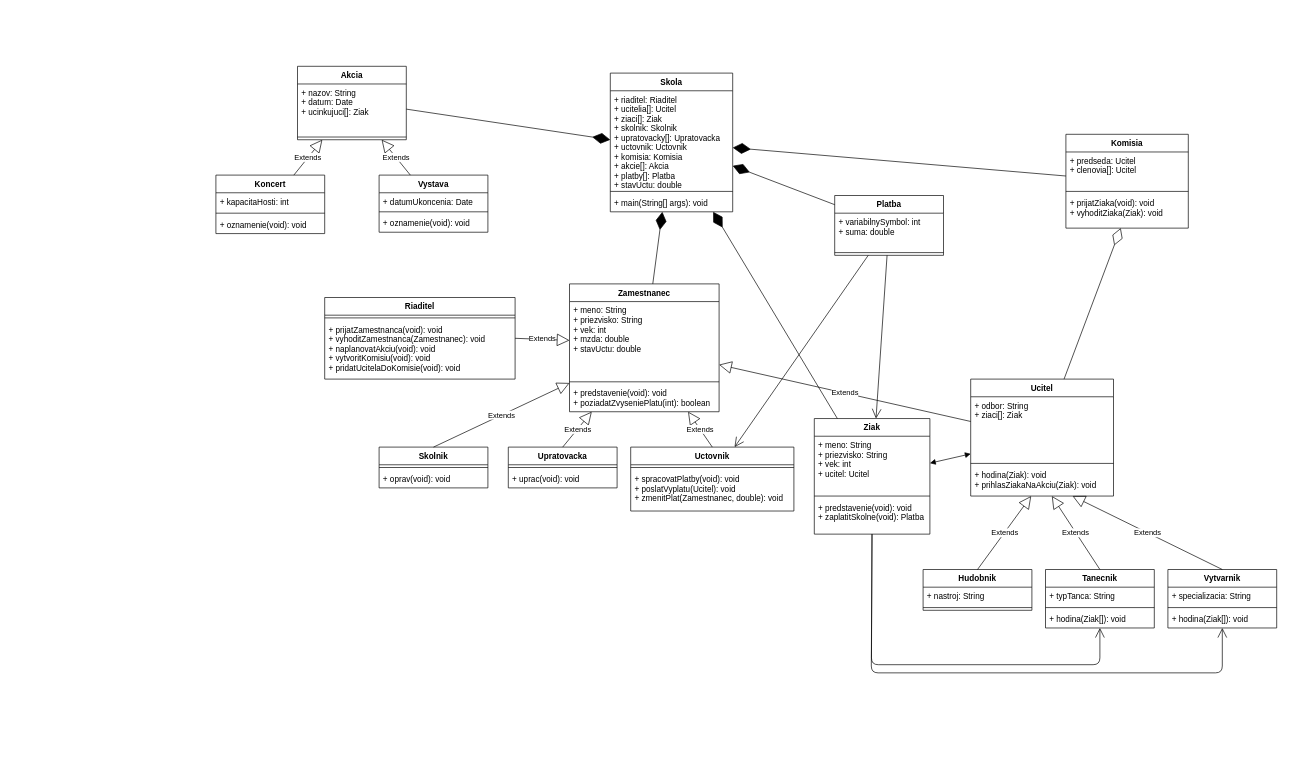
Before: Untitled Diagram.drawio in okmada123/draw.io, a draw.io diagram. Source tidied: cells renumbered, new cells numbered last; positions are measured from the earlier drawing's top-left corner, leaving out a move shared by most shapes. Both pictures are drawn from the tidied source at 68%, with x=0, y=0 at pixel (216, 66).
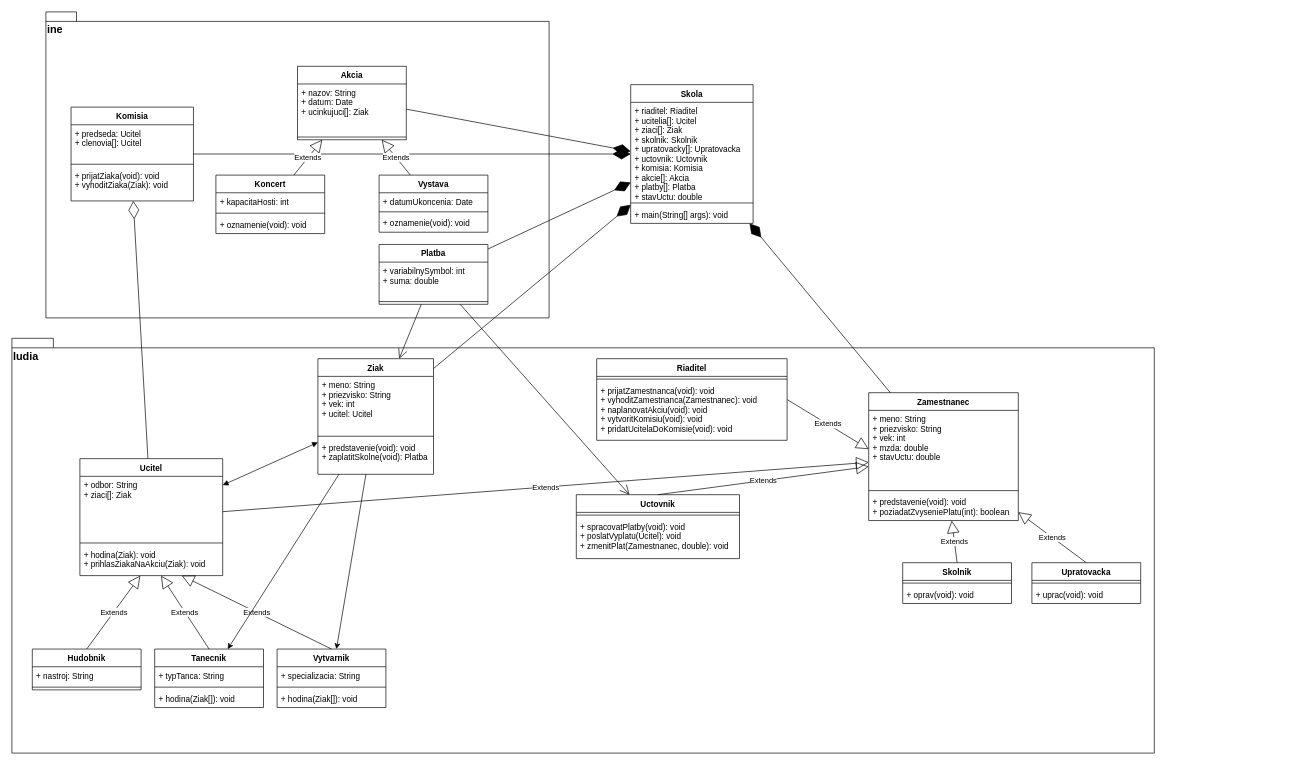
After the change.

Commit message:
Pridane package

Unchanged cells that the change refers to:
```xml
<mxCell id="29" value="+ predstavenie(void): void&#10;+ zaplatitSkolne(void): Platba" style="text;strokeColor=none;fillColor=none;align=left;verticalAlign=top;spacingLeft=4;spacingRight=4;overflow=hidden;points=[[0,0.5],[1,0.5]];portConstraint=eastwest;" parent="26" vertex="1">
  <mxGeometry y="118" width="170" height="52" as="geometry" />
</mxCell>
<mxCell id="54" value="+ hodina(Ziak[]): void" style="text;strokeColor=none;fillColor=none;align=left;verticalAlign=top;spacingLeft=4;spacingRight=4;overflow=hidden;points=[[0,0.5],[1,0.5]];portConstraint=eastwest;" parent="51" vertex="1">
  <mxGeometry y="60" width="160" height="26" as="geometry" />
</mxCell>
<mxCell id="58" value="+ hodina(Ziak[]): void" style="text;strokeColor=none;fillColor=none;align=left;verticalAlign=top;spacingLeft=4;spacingRight=4;overflow=hidden;points=[[0,0.5],[1,0.5]];portConstraint=eastwest;" parent="55" vertex="1">
  <mxGeometry y="60" width="160" height="26" as="geometry" />
</mxCell>
```

What changed in the source:
```diff
@@
+    <mxCell id="80" value="ine" style="shape=folder;fontStyle=1;spacingTop=10;tabWidth=40;tabHeight=14;tabPosition=left;html=1;align=left;verticalAlign=top;fontSize=16;" parent="1" vertex="1">
+      <mxGeometry x="-250" y="-80" width="740" height="450" as="geometry" />
+    </mxCell>
+    <mxCell id="81" value="ludia&lt;br&gt;" style="shape=folder;fontStyle=1;spacingTop=10;tabWidth=40;tabHeight=14;tabPosition=left;html=1;align=left;verticalAlign=top;fontSize=16;" parent="1" vertex="1">
+      <mxGeometry x="-300" y="400" width="1680" height="610" as="geometry" />
+    </mxCell>
     <mxCell id="2" value="Skola" style="swimlane;fontStyle=1;align=center;verticalAlign=top;horizontal=1;startSize=26;" parent="1" vertex="1">
-      <mxGeometry x="580" y="10" width="180" height="204" as="geometry" />
+      <mxGeometry x="610" y="27" width="180" height="204" as="geometry" />
     </mxCell>
@@
     <mxCell id="6" value="Riaditel" style="swimlane;fontStyle=1;align=center;verticalAlign=top;horizontal=1;startSize=26;" parent="1" vertex="1">
-      <mxGeometry x="160" y="340" width="280" height="120" as="geometry" />
+      <mxGeometry x="560" y="430" width="280" height="120" as="geometry" />
     </mxCell>
@@
     <mxCell id="9" value="Zamestnanec" style="swimlane;fontStyle=1;align=center;verticalAlign=top;horizontal=1;startSize=26;" parent="1" vertex="1">
-      <mxGeometry x="520" y="320" width="220" height="188" as="geometry" />
+      <mxGeometry x="960" y="480" width="220" height="188" as="geometry" />
     </mxCell>
@@
     <mxCell id="13" value="Skolnik" style="swimlane;fontStyle=1;align=center;verticalAlign=top;horizontal=1;startSize=26;" parent="1" vertex="1">
-      <mxGeometry x="240" y="560" width="160" height="60" as="geometry" />
+      <mxGeometry x="1010" y="730" width="160" height="60" as="geometry" />
     </mxCell>
@@
     <mxCell id="16" value="Upratovacka" style="swimlane;fontStyle=1;align=center;verticalAlign=top;horizontal=1;startSize=26;" parent="1" vertex="1">
-      <mxGeometry x="430" y="560" width="160" height="60" as="geometry" />
+      <mxGeometry x="1200" y="730" width="160" height="60" as="geometry" />
     </mxCell>
@@
     <mxCell id="19" value="Uctovnik" style="swimlane;fontStyle=1;align=center;verticalAlign=top;horizontal=1;startSize=26;" parent="1" vertex="1">
-      <mxGeometry x="610" y="560" width="240" height="94" as="geometry" />
+      <mxGeometry x="530" y="630" width="240" height="94" as="geometry" />
     </mxCell>
@@
     <mxCell id="22" value="Ucitel" style="swimlane;fontStyle=1;align=center;verticalAlign=top;horizontal=1;startSize=26;" parent="1" vertex="1">
-      <mxGeometry x="1110" y="460" width="210" height="172" as="geometry" />
+      <mxGeometry x="-200" y="577" width="210" height="172" as="geometry" />
     </mxCell>
@@
     <mxCell id="26" value="Ziak" style="swimlane;fontStyle=1;align=center;verticalAlign=top;horizontal=1;startSize=26;" parent="1" vertex="1">
-      <mxGeometry x="880" y="518" width="170" height="170" as="geometry" />
+      <mxGeometry x="150" y="430" width="170" height="170" as="geometry" />
     </mxCell>
@@
     <mxCell id="35" value="Komisia" style="swimlane;fontStyle=1;align=center;verticalAlign=top;horizontal=1;startSize=26;" parent="1" vertex="1">
-      <mxGeometry x="1250" y="100" width="180" height="138" as="geometry" />
+      <mxGeometry x="-213" y="60" width="180" height="138" as="geometry" />
     </mxCell>
@@
     <mxCell id="40" value="Platba" style="swimlane;fontStyle=1;align=center;verticalAlign=top;horizontal=1;startSize=26;" parent="1" vertex="1">
-      <mxGeometry x="910" y="190" width="160" height="88" as="geometry" />
+      <mxGeometry x="240" y="262" width="160" height="88" as="geometry" />
     </mxCell>
@@
     <mxCell id="48" value="Hudobnik" style="swimlane;fontStyle=1;align=center;verticalAlign=top;horizontal=1;startSize=26;" parent="1" vertex="1">
-      <mxGeometry x="1040" y="740" width="160" height="60" as="geometry" />
+      <mxGeometry x="-270" y="857" width="160" height="60" as="geometry" />
     </mxCell>
@@
     <mxCell id="51" value="Tanecnik" style="swimlane;fontStyle=1;align=center;verticalAlign=top;horizontal=1;startSize=26;" parent="1" vertex="1">
-      <mxGeometry x="1220" y="740" width="160" height="86" as="geometry" />
+      <mxGeometry x="-90" y="857" width="160" height="86" as="geometry" />
     </mxCell>
@@
     <mxCell id="55" value="Vytvarnik" style="swimlane;fontStyle=1;align=center;verticalAlign=top;horizontal=1;startSize=26;" parent="1" vertex="1">
-      <mxGeometry x="1400" y="740" width="160" height="86" as="geometry" />
+      <mxGeometry x="90" y="857" width="160" height="86" as="geometry" />
     </mxCell>
@@
-    <mxCell id="62" style="endArrow=open;endFill=1;endSize=12;html=1;" parent="1" edge="1" source="29" target="54">
-      <mxGeometry relative="1" as="geometry">
-        <Array as="points">
-          <mxPoint x="964" y="880" />
-          <mxPoint x="1300" y="880" />
-        </Array>
-      </mxGeometry>
-    </mxCell>
-    <mxCell id="63" style="endArrow=open;endFill=1;endSize=12;html=1;" parent="1" edge="1" source="29" target="58">
-      <mxGeometry relative="1" as="geometry">
-        <Array as="points">
-          <mxPoint x="963.8" y="892" />
-          <mxPoint x="1480" y="892" />
-        </Array>
-      </mxGeometry>
-    </mxCell>
@@
+    <mxCell id="82" style="endArrow=classic;html=1;" parent="1" edge="1" source="26" target="55">
+      <mxGeometry relative="1" as="geometry" />
+    </mxCell>
+    <mxCell id="83" style="endArrow=classic;html=1;" parent="1" edge="1" source="26" target="51">
+      <mxGeometry relative="1" as="geometry" />
+    </mxCell>
```
